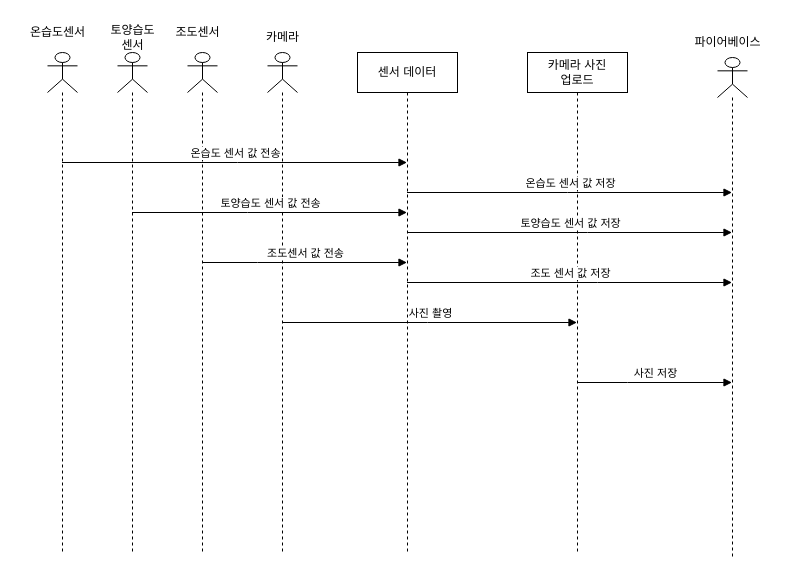
This is 5주차/시퀀스 다이어그램/diary_maker_sqd.drawio from sonmyungwon/Software-Development, a draw.io file, before an edit. Source tidied: cells renumbered, new cells numbered last; positions are measured from the earlier drawing's top-left corner, leaving out a move shared by most shapes. Both pictures are drawn from the tidied source at 100%, with x=0, y=0 at pixel (17, 17).
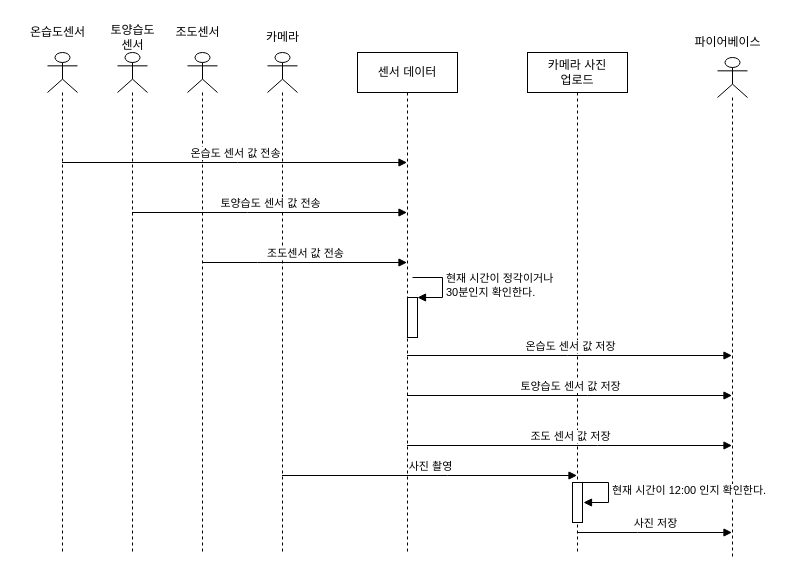
Above is the later version.

Unchanged cells that the change refers to:
```xml
<mxCell id="5" style="shape=umlLifeline;participant=umlActor;perimeter=lifelinePerimeter;whiteSpace=wrap;html=1;verticalAlign=top;spacingTop=36;outlineConnect=0;" parent="1" vertex="1">
  <mxGeometry x="250" y="35" width="30" height="500" as="geometry" />
</mxCell>
<mxCell id="10" value="센서 데이터" style="shape=umlLifeline;perimeter=lifelinePerimeter;whiteSpace=wrap;html=1;outlineConnect=0;" parent="1" vertex="1">
  <mxGeometry x="340" y="35" width="100" height="500" as="geometry" />
</mxCell>
<mxCell id="11" style="shape=umlLifeline;participant=umlActor;perimeter=lifelinePerimeter;whiteSpace=wrap;html=1;verticalAlign=top;spacingTop=36;outlineConnect=0;" parent="1" vertex="1">
  <mxGeometry x="700" y="40" width="30" height="500" as="geometry" />
</mxCell>
<mxCell id="16" value="카메라 사진 &lt;br&gt;업로드" style="shape=umlLifeline;perimeter=lifelinePerimeter;whiteSpace=wrap;html=1;outlineConnect=0;" parent="1" vertex="1">
  <mxGeometry x="510" y="35" width="100" height="500" as="geometry" />
</mxCell>
```

What changed in the source:
```diff
@@
+    <mxCell id="22" style="html=1;points=[];perimeter=orthogonalPerimeter;" parent="10" vertex="1">
+      <mxGeometry x="50" y="245" width="10" height="40" as="geometry" />
+    </mxCell>
+    <mxCell id="23" value="현재 시간이 정각이거나 &lt;br&gt;30분인지 확인한다." style="edgeStyle=orthogonalEdgeStyle;html=1;align=left;spacingLeft=2;endArrow=block;rounded=0;entryX=1;entryY=0;" parent="10" edge="1" target="22">
+      <mxGeometry relative="1" as="geometry">
+        <mxPoint x="55" y="225" as="sourcePoint" />
+        <Array as="points">
+          <mxPoint x="85" y="225" />
+        </Array>
+      </mxGeometry>
+    </mxCell>
@@
+    <mxCell id="24" style="html=1;perimeter=orthogonalPerimeter;" parent="16" vertex="1">
+      <mxGeometry x="45" y="430" width="10" height="40" as="geometry" />
+    </mxCell>
+    <mxCell id="25" value="현재 시간이 12:00 인지 확인한다." style="edgeStyle=orthogonalEdgeStyle;html=1;align=left;spacingLeft=2;endArrow=block;rounded=0;entryX=1;entryY=0;" parent="16" edge="1">
+      <mxGeometry relative="1" as="geometry">
+        <mxPoint x="51" y="430" as="sourcePoint" />
+        <mxPoint x="56" y="450" as="targetPoint" />
+        <Array as="points">
+          <mxPoint x="81" y="430" />
+        </Array>
+      </mxGeometry>
+    </mxCell>
-    <mxCell id="17" value="사진 촬영" style="html=1;verticalAlign=bottom;endArrow=block;rounded=0;" parent="1" edge="1" source="5" target="16">
+    <mxCell id="17" value="사진 촬영" style="html=1;verticalAlign=bottom;endArrow=block;rounded=0;" parent="1" edge="1">
       <mxGeometry relative="1" as="geometry">
+        <mxPoint x="264.5" y="458" as="sourcePoint" />
+        <mxPoint x="559.5" y="458" as="targetPoint" />
         <Array as="points">
-          <mxPoint x="410" y="305" />
+          <mxPoint x="430" y="458" />
         </Array>
       </mxGeometry>
     </mxCell>
     <mxCell id="18" value="사진 저장" style="html=1;verticalAlign=bottom;endArrow=block;rounded=0;" parent="1" edge="1" source="16" target="11">
       <mxGeometry relative="1" as="geometry">
         <Array as="points">
-          <mxPoint x="610" y="365" />
+          <mxPoint x="620" y="515" />
         </Array>
       </mxGeometry>
     </mxCell>
-    <mxCell id="19" value="온습도 센서 값 저장" style="html=1;verticalAlign=bottom;endArrow=block;rounded=0;" parent="1" edge="1" source="10" target="11">
+    <mxCell id="19" value="온습도 센서 값 저장" style="html=1;verticalAlign=bottom;endArrow=block;rounded=0;" parent="1" edge="1">
       <mxGeometry relative="1" as="geometry">
+        <mxPoint x="389.5" y="338" as="sourcePoint" />
+        <mxPoint x="714.5" y="338" as="targetPoint" />
         <Array as="points">
-          <mxPoint x="550" y="175" />
+          <mxPoint x="550" y="338" />
         </Array>
       </mxGeometry>
     </mxCell>
-    <mxCell id="20" value="토양습도 센서 값 저장" style="html=1;verticalAlign=bottom;endArrow=block;rounded=0;" parent="1" edge="1" source="10" target="11">
+    <mxCell id="20" value="토양습도 센서 값 저장" style="html=1;verticalAlign=bottom;endArrow=block;rounded=0;" parent="1" edge="1">
       <mxGeometry relative="1" as="geometry">
+        <mxPoint x="389.5" y="378" as="sourcePoint" />
+        <mxPoint x="714.5" y="378" as="targetPoint" />
         <Array as="points">
-          <mxPoint x="570" y="215" />
+          <mxPoint x="570" y="378" />
         </Array>
       </mxGeometry>
     </mxCell>
-    <mxCell id="21" value="조도 센서 값 저장" style="html=1;verticalAlign=bottom;endArrow=block;rounded=0;" parent="1" edge="1" source="10" target="11">
+    <mxCell id="21" value="조도 센서 값 저장" style="html=1;verticalAlign=bottom;endArrow=block;rounded=0;" parent="1" edge="1">
       <mxGeometry relative="1" as="geometry">
+        <mxPoint x="389.5" y="428" as="sourcePoint" />
+        <mxPoint x="714.5" y="428" as="targetPoint" />
         <Array as="points">
-          <mxPoint x="580" y="265" />
+          <mxPoint x="580" y="428" />
         </Array>
       </mxGeometry>
     </mxCell>
```
